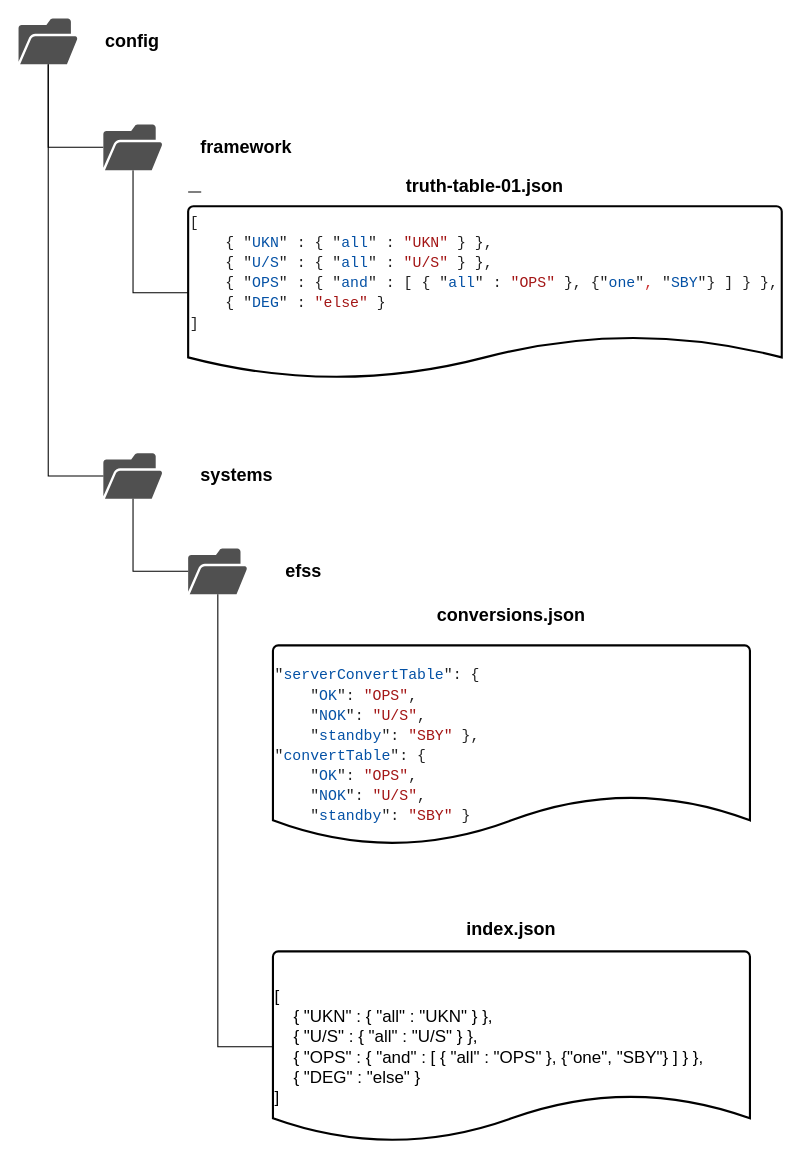
YannCaron/SkyguideDiagrams keeps this draw.io diagram as JsonFolder.drawio. Above is the earlier version. Source tidied: cells renumbered, new cells numbered last; positions are measured from the earlier drawing's top-left corner, leaving out a move shared by most shapes. Both pictures are drawn from the tidied source at 106%, with x=0, y=0 at pixel (18, 18).
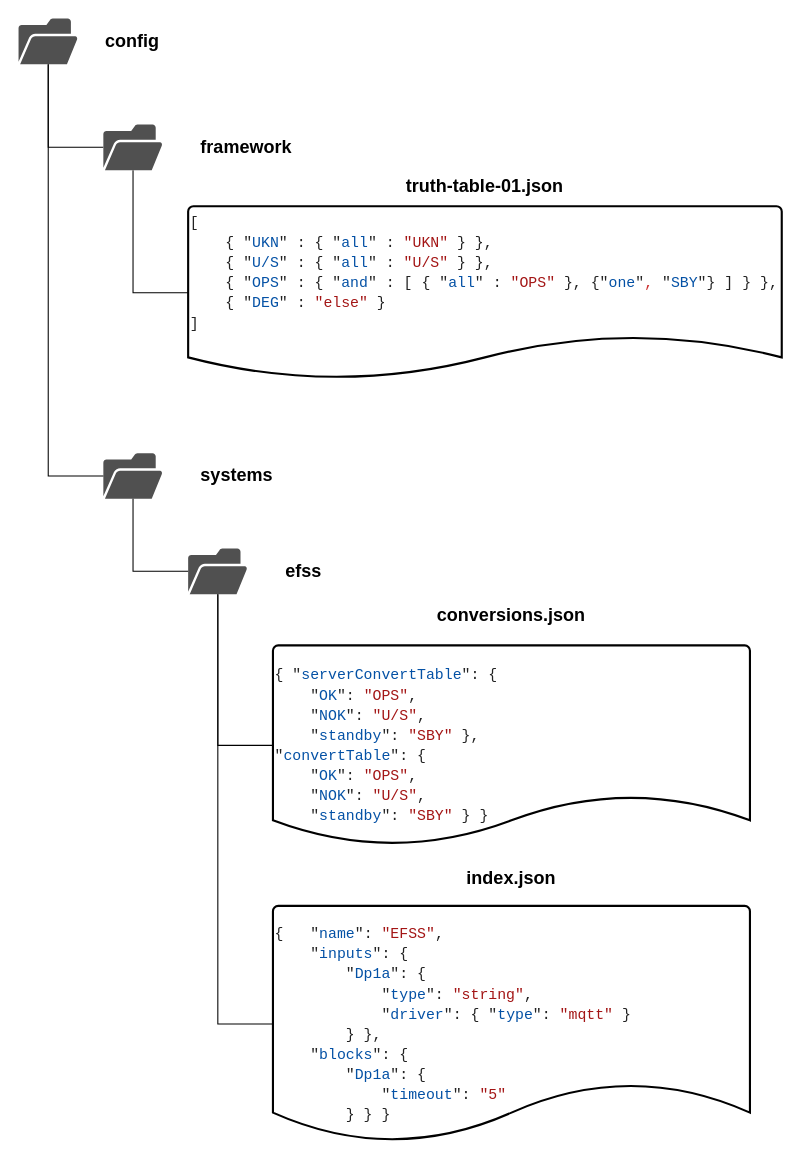
After the change.

Unchanged cells that the change refers to:
```xml
<mxCell id="10" style="group;" parent="1" vertex="1">
  <mxGeometry x="160" y="150" width="560" height="190" as="geometry" />
</mxCell>
<mxCell id="12" value="&lt;div align=&quot;center&quot;&gt;&lt;font style=&quot;font-size: 17px&quot;&gt;truth-table-01.json&lt;/font&gt;&lt;/div&gt;" style="text;html=1;strokeColor=none;fillColor=none;align=center;verticalAlign=middle;whiteSpace=wrap;rounded=0;fontStyle=1;" parent="10" vertex="1">
  <mxGeometry width="560" height="18.1" as="geometry" />
</mxCell>
<mxCell id="22" style="shadow=0;dashed=0;html=1;strokeColor=none;fillColor=#505050;labelPosition=center;verticalLabelPosition=bottom;verticalAlign=top;outlineConnect=0;align=center;shape=mxgraph.office.concepts.folder_open;" parent="21" vertex="1">
  <mxGeometry width="56" height="43" as="geometry" />
</mxCell>
<mxCell id="26" style="group;" parent="1" vertex="1">
  <mxGeometry x="240" y="550" width="450" height="290" as="geometry" />
</mxCell>
```

Change to the diagram source:
```diff
@@
-    <mxCell id="13" style="edgeStyle=orthogonalEdgeStyle;rounded=0;orthogonalLoop=1;jettySize=auto;html=1;exitX=0;exitY=0.75;exitDx=0;exitDy=0;entryX=0.022;entryY=0.75;entryDx=0;entryDy=0;entryPerimeter=0;endArrow=none;endFill=0;" parent="10" edge="1" source="12" target="12">
-      <mxGeometry relative="1" as="geometry" />
-    </mxCell>
@@
     <mxCell id="18" style="group;" parent="1" vertex="1">
-      <mxGeometry x="240" y="850" width="450" height="210" as="geometry" />
+      <mxGeometry x="240" y="800" width="450" height="260" as="geometry" />
     </mxCell>
-    <mxCell id="19" value="&lt;font style=&quot;font-size: 16px&quot;&gt;[&lt;br&gt;&amp;nbsp;&amp;nbsp; &amp;nbsp;{ &quot;UKN&quot; : { &quot;all&quot; : &quot;UKN&quot; } },&lt;br&gt;&amp;nbsp;&amp;nbsp; &amp;nbsp;{ &quot;U/S&quot; : { &quot;all&quot; : &quot;U/S&quot; } },&lt;br&gt;&amp;nbsp;&amp;nbsp; &amp;nbsp;{ &quot;OPS&quot; : { &quot;and&quot; : [ { &quot;all&quot; : &quot;OPS&quot; }, {&quot;one&quot;, &quot;SBY&quot;} ] } },&lt;br&gt;&amp;nbsp;&amp;nbsp; &amp;nbsp;{ &quot;DEG&quot; : &quot;else&quot; }&lt;br&gt;]&lt;/font&gt;" style="strokeWidth=2;html=1;shape=mxgraph.flowchart.document2;whiteSpace=wrap;size=0.25;align=left;" parent="18" vertex="1">
-      <mxGeometry y="30" width="450" height="180" as="geometry" />
+    <mxCell id="19" value="&lt;div style=&quot;color: rgb(0 , 0 , 0) ; font-family: &amp;#34;consolas&amp;#34; , &amp;#34;courier new&amp;#34; , monospace ; font-weight: normal ; font-size: 14px ; line-height: 19px&quot;&gt;&lt;div&gt;&lt;span style=&quot;background-color: transparent&quot;&gt;&lt;span style=&quot;color: #222222&quot;&gt;{&lt;/span&gt;&lt;span style=&quot;color: #000000&quot;&gt;&amp;nbsp;&amp;nbsp; &lt;/span&gt;&lt;span style=&quot;color: #222222&quot;&gt;&quot;&lt;/span&gt;&lt;span style=&quot;color: #0451a5&quot;&gt;name&lt;/span&gt;&lt;span style=&quot;color: #222222&quot;&gt;&quot;&lt;/span&gt;&lt;span style=&quot;color: #222222&quot;&gt;:&lt;/span&gt;&lt;span style=&quot;color: #000000&quot;&gt;&amp;nbsp;&lt;/span&gt;&lt;span style=&quot;color: #a31515&quot;&gt;&quot;EFSS&quot;&lt;/span&gt;&lt;span style=&quot;color: #222222&quot;&gt;,&lt;/span&gt;&lt;/span&gt;&lt;/div&gt;&lt;div&gt;&lt;span style=&quot;background-color: transparent&quot;&gt;&lt;span style=&quot;color: #000000&quot;&gt;&amp;nbsp;&amp;nbsp;&amp;nbsp;&amp;nbsp;&lt;/span&gt;&lt;span style=&quot;color: #222222&quot;&gt;&quot;&lt;/span&gt;&lt;span style=&quot;color: #0451a5&quot;&gt;inputs&lt;/span&gt;&lt;span style=&quot;color: #222222&quot;&gt;&quot;&lt;/span&gt;&lt;span style=&quot;color: #222222&quot;&gt;:&lt;/span&gt;&lt;span style=&quot;color: #000000&quot;&gt;&amp;nbsp;&lt;/span&gt;&lt;span style=&quot;color: #222222&quot;&gt;{&lt;/span&gt;&lt;/span&gt;&lt;/div&gt;&lt;div&gt;&lt;span style=&quot;background-color: transparent&quot;&gt;&lt;span style=&quot;color: #000000&quot;&gt;&amp;nbsp;&amp;nbsp;&amp;nbsp;&amp;nbsp;&amp;nbsp;&amp;nbsp;&amp;nbsp;&amp;nbsp;&lt;/span&gt;&lt;span style=&quot;color: #222222&quot;&gt;&quot;&lt;/span&gt;&lt;span style=&quot;color: #0451a5&quot;&gt;Dp1a&lt;/span&gt;&lt;span style=&quot;color: #222222&quot;&gt;&quot;&lt;/span&gt;&lt;span style=&quot;color: #222222&quot;&gt;:&lt;/span&gt;&lt;span style=&quot;color: #000000&quot;&gt;&amp;nbsp;&lt;/span&gt;&lt;span style=&quot;color: #222222&quot;&gt;{&lt;/span&gt;&lt;/span&gt;&lt;/div&gt;&lt;div&gt;&lt;span style=&quot;background-color: transparent&quot;&gt;&lt;span style=&quot;color: #000000&quot;&gt;&amp;nbsp;&amp;nbsp;&amp;nbsp;&amp;nbsp;&amp;nbsp;&amp;nbsp;&amp;nbsp;&amp;nbsp;&amp;nbsp;&amp;nbsp;&amp;nbsp;&amp;nbsp;&lt;/span&gt;&lt;span style=&quot;color: #222222&quot;&gt;&quot;&lt;/span&gt;&lt;span style=&quot;color: #0451a5&quot;&gt;type&lt;/span&gt;&lt;span style=&quot;color: #222222&quot;&gt;&quot;&lt;/span&gt;&lt;span style=&quot;color: #222222&quot;&gt;:&lt;/span&gt;&lt;span style=&quot;color: #000000&quot;&gt;&amp;nbsp;&lt;/span&gt;&lt;span style=&quot;color: #a31515&quot;&gt;&quot;string&quot;&lt;/span&gt;&lt;span style=&quot;color: #222222&quot;&gt;,&lt;/span&gt;&lt;/span&gt;&lt;/div&gt;&lt;div&gt;&lt;span style=&quot;background-color: transparent&quot;&gt;&lt;span style=&quot;color: #000000&quot;&gt;&amp;nbsp;&amp;nbsp;&amp;nbsp;&amp;nbsp;&amp;nbsp;&amp;nbsp;&amp;nbsp;&amp;nbsp;&amp;nbsp;&amp;nbsp;&amp;nbsp;&amp;nbsp;&lt;/span&gt;&lt;span style=&quot;color: #222222&quot;&gt;&quot;&lt;/span&gt;&lt;span style=&quot;color: #0451a5&quot;&gt;driver&lt;/span&gt;&lt;span style=&quot;color: #222222&quot;&gt;&quot;&lt;/span&gt;&lt;span style=&quot;color: #222222&quot;&gt;:&lt;/span&gt;&lt;span style=&quot;color: #000000&quot;&gt;&amp;nbsp;&lt;/span&gt;&lt;span style=&quot;color: #222222&quot;&gt;{&lt;/span&gt;&lt;span style=&quot;color: #000000&quot;&gt;&amp;nbsp;&lt;/span&gt;&lt;span style=&quot;color: #222222&quot;&gt;&quot;&lt;/span&gt;&lt;span style=&quot;color: #0451a5&quot;&gt;type&lt;/span&gt;&lt;span style=&quot;color: #222222&quot;&gt;&quot;&lt;/span&gt;&lt;span style=&quot;color: #222222&quot;&gt;:&lt;/span&gt;&lt;span style=&quot;color: #000000&quot;&gt;&amp;nbsp;&lt;/span&gt;&lt;span style=&quot;color: #a31515&quot;&gt;&quot;mqtt&quot;&lt;/span&gt;&lt;span style=&quot;color: #000000&quot;&gt;&amp;nbsp;&lt;/span&gt;&lt;span style=&quot;color: #222222&quot;&gt;}&lt;/span&gt;&lt;/span&gt;&lt;/div&gt;&lt;div&gt;&lt;span style=&quot;background-color: transparent&quot;&gt;&lt;span style=&quot;color: #000000&quot;&gt;&amp;nbsp;&amp;nbsp;&amp;nbsp;&amp;nbsp;&amp;nbsp;&amp;nbsp;&amp;nbsp;&amp;nbsp;&lt;/span&gt;&lt;span style=&quot;color: #222222&quot;&gt;}&lt;/span&gt; &lt;span style=&quot;color: #222222&quot;&gt;},&lt;/span&gt;&lt;/span&gt;&lt;/div&gt;&lt;div&gt;&lt;span style=&quot;background-color: transparent&quot;&gt;&lt;span style=&quot;color: #000000&quot;&gt;&amp;nbsp;&amp;nbsp;&amp;nbsp;&amp;nbsp;&lt;/span&gt;&lt;span style=&quot;color: #222222&quot;&gt;&quot;&lt;/span&gt;&lt;span style=&quot;color: #0451a5&quot;&gt;blocks&lt;/span&gt;&lt;span style=&quot;color: #222222&quot;&gt;&quot;&lt;/span&gt;&lt;span style=&quot;color: #222222&quot;&gt;:&lt;/span&gt;&lt;span style=&quot;color: #000000&quot;&gt;&amp;nbsp;&lt;/span&gt;&lt;span style=&quot;color: #222222&quot;&gt;{&lt;/span&gt;&lt;/span&gt;&lt;/div&gt;&lt;div&gt;&lt;span style=&quot;background-color: transparent&quot;&gt;&lt;span style=&quot;color: #000000&quot;&gt;&amp;nbsp;&amp;nbsp;&amp;nbsp;&amp;nbsp;&amp;nbsp;&amp;nbsp;&amp;nbsp;&amp;nbsp;&lt;/span&gt;&lt;span style=&quot;color: #222222&quot;&gt;&quot;&lt;/span&gt;&lt;span style=&quot;color: #0451a5&quot;&gt;Dp1a&lt;/span&gt;&lt;span style=&quot;color: #222222&quot;&gt;&quot;&lt;/span&gt;&lt;span style=&quot;color: #222222&quot;&gt;:&lt;/span&gt;&lt;span style=&quot;color: #000000&quot;&gt;&amp;nbsp;&lt;/span&gt;&lt;span style=&quot;color: #222222&quot;&gt;{&lt;/span&gt;&lt;/span&gt;&lt;/div&gt;&lt;div&gt;&lt;span style=&quot;background-color: transparent&quot;&gt;&lt;span style=&quot;color: #000000&quot;&gt;&amp;nbsp;&amp;nbsp;&amp;nbsp;&amp;nbsp;&amp;nbsp;&amp;nbsp;&amp;nbsp;&amp;nbsp;&amp;nbsp;&amp;nbsp;&amp;nbsp;&amp;nbsp;&lt;/span&gt;&lt;span style=&quot;color: #222222&quot;&gt;&quot;&lt;/span&gt;&lt;span style=&quot;color: #0451a5&quot;&gt;timeout&lt;/span&gt;&lt;span style=&quot;color: #222222&quot;&gt;&quot;&lt;/span&gt;&lt;span style=&quot;color: #222222&quot;&gt;:&lt;/span&gt;&lt;span style=&quot;color: #000000&quot;&gt;&amp;nbsp;&lt;/span&gt;&lt;span style=&quot;color: #a31515&quot;&gt;&quot;5&quot;&lt;/span&gt;&lt;/span&gt;&lt;/div&gt;&lt;div&gt;&lt;span style=&quot;background-color: transparent&quot;&gt;&lt;span style=&quot;color: #000000&quot;&gt;&amp;nbsp;&amp;nbsp;&amp;nbsp;&amp;nbsp;&amp;nbsp;&amp;nbsp;&amp;nbsp;&amp;nbsp;&lt;/span&gt;&lt;span style=&quot;color: #222222&quot;&gt;}&lt;/span&gt;&lt;span style=&quot;color: #000000&quot;&gt; &lt;/span&gt;&lt;span style=&quot;color: #222222&quot;&gt;} }&lt;/span&gt;&lt;/span&gt;&lt;/div&gt;&lt;/div&gt;" style="strokeWidth=2;html=1;shape=mxgraph.flowchart.document2;whiteSpace=wrap;size=0.25;align=left;" parent="18" vertex="1">
+      <mxGeometry y="37.1" width="450" height="222.9" as="geometry" />
     </mxCell>
     <mxCell id="20" value="&lt;font style=&quot;font-size: 17px&quot;&gt;index.json&lt;/font&gt;" style="text;html=1;strokeColor=none;fillColor=none;align=center;verticalAlign=middle;whiteSpace=wrap;rounded=0;fontStyle=1;" parent="18" vertex="1">
-      <mxGeometry width="450" height="20" as="geometry" />
+      <mxGeometry width="450" height="24.8" as="geometry" />
     </mxCell>
@@
-    <mxCell id="27" value="&lt;div style=&quot;color: rgb(0 , 0 , 0) ; font-family: &amp;#34;consolas&amp;#34; , &amp;#34;courier new&amp;#34; , monospace ; font-weight: normal ; font-size: 14px ; line-height: 19px&quot;&gt;&lt;div&gt;&lt;span style=&quot;background-color: transparent&quot;&gt;&lt;span style=&quot;color: #222222&quot;&gt;&quot;&lt;/span&gt;&lt;span style=&quot;color: #0451a5&quot;&gt;serverConvertTable&lt;/span&gt;&lt;span style=&quot;color: #222222&quot;&gt;&quot;&lt;/span&gt;&lt;span style=&quot;color: #222222&quot;&gt;:&lt;/span&gt;&lt;span style=&quot;color: #000000&quot;&gt;&amp;nbsp;&lt;/span&gt;&lt;span style=&quot;color: #222222&quot;&gt;{&lt;/span&gt;&lt;/span&gt;&lt;/div&gt;&lt;div&gt;&lt;span style=&quot;background-color: transparent&quot;&gt;&lt;span style=&quot;color: #000000&quot;&gt;&amp;nbsp;&amp;nbsp;&amp;nbsp;&amp;nbsp;&lt;/span&gt;&lt;span style=&quot;color: #222222&quot;&gt;&quot;&lt;/span&gt;&lt;span style=&quot;color: #0451a5&quot;&gt;OK&lt;/span&gt;&lt;span style=&quot;color: #222222&quot;&gt;&quot;&lt;/span&gt;&lt;span style=&quot;color: #222222&quot;&gt;:&lt;/span&gt;&lt;span style=&quot;color: #000000&quot;&gt;&amp;nbsp;&lt;/span&gt;&lt;span style=&quot;color: #a31515&quot;&gt;&quot;OPS&quot;&lt;/span&gt;&lt;span style=&quot;color: #222222&quot;&gt;,&lt;/span&gt;&lt;/span&gt;&lt;/div&gt;&lt;div&gt;&lt;span style=&quot;background-color: transparent&quot;&gt;&lt;span style=&quot;color: #000000&quot;&gt;&amp;nbsp;&amp;nbsp;&amp;nbsp;&amp;nbsp;&lt;/span&gt;&lt;span style=&quot;color: #222222&quot;&gt;&quot;&lt;/span&gt;&lt;span style=&quot;color: #0451a5&quot;&gt;NOK&lt;/span&gt;&lt;span style=&quot;color: #222222&quot;&gt;&quot;&lt;/span&gt;&lt;span style=&quot;color: #222222&quot;&gt;:&lt;/span&gt;&lt;span style=&quot;color: #000000&quot;&gt;&amp;nbsp;&lt;/span&gt;&lt;span style=&quot;color: #a31515&quot;&gt;&quot;U/S&quot;&lt;/span&gt;&lt;span style=&quot;color: #222222&quot;&gt;,&lt;/span&gt;&lt;/span&gt;&lt;/div&gt;&lt;div&gt;&lt;span style=&quot;background-color: transparent&quot;&gt;&lt;span style=&quot;color: #000000&quot;&gt;&amp;nbsp;&amp;nbsp;&amp;nbsp;&amp;nbsp;&lt;/span&gt;&lt;span style=&quot;color: #222222&quot;&gt;&quot;&lt;/span&gt;&lt;span style=&quot;color: #0451a5&quot;&gt;standby&lt;/span&gt;&lt;span style=&quot;color: #222222&quot;&gt;&quot;&lt;/span&gt;&lt;span style=&quot;color: #222222&quot;&gt;:&lt;/span&gt;&lt;span style=&quot;color: #000000&quot;&gt;&amp;nbsp;&lt;/span&gt;&lt;span style=&quot;color: #a31515&quot;&gt;&quot;SBY&quot;&lt;/span&gt;&lt;span style=&quot;color: #222222&quot;&gt; },&lt;/span&gt;&lt;/span&gt;&lt;/div&gt;&lt;div&gt;&lt;span style=&quot;background-color: transparent&quot;&gt;&lt;span style=&quot;color: #222222&quot;&gt;&quot;&lt;/span&gt;&lt;span style=&quot;color: #0451a5&quot;&gt;convertTable&lt;/span&gt;&lt;span style=&quot;color: #222222&quot;&gt;&quot;&lt;/span&gt;&lt;span style=&quot;color: #222222&quot;&gt;:&lt;/span&gt;&lt;span style=&quot;color: #000000&quot;&gt;&amp;nbsp;&lt;/span&gt;&lt;span style=&quot;color: #222222&quot;&gt;{&lt;/span&gt;&lt;/span&gt;&lt;/div&gt;&lt;div&gt;&lt;span style=&quot;background-color: transparent&quot;&gt;&lt;span style=&quot;color: #000000&quot;&gt;&amp;nbsp;&amp;nbsp;&amp;nbsp;&amp;nbsp;&lt;/span&gt;&lt;span style=&quot;color: #222222&quot;&gt;&quot;&lt;/span&gt;&lt;span style=&quot;color: #0451a5&quot;&gt;OK&lt;/span&gt;&lt;span style=&quot;color: #222222&quot;&gt;&quot;&lt;/span&gt;&lt;span style=&quot;color: #222222&quot;&gt;:&lt;/span&gt;&lt;span style=&quot;color: #000000&quot;&gt;&amp;nbsp;&lt;/span&gt;&lt;span style=&quot;color: #a31515&quot;&gt;&quot;OPS&quot;&lt;/span&gt;&lt;span style=&quot;color: #222222&quot;&gt;,&lt;/span&gt;&lt;/span&gt;&lt;/div&gt;&lt;div&gt;&lt;span style=&quot;background-color: transparent&quot;&gt;&lt;span style=&quot;color: #000000&quot;&gt;&amp;nbsp;&amp;nbsp;&amp;nbsp;&amp;nbsp;&lt;/span&gt;&lt;span style=&quot;color: #222222&quot;&gt;&quot;&lt;/span&gt;&lt;span style=&quot;color: #0451a5&quot;&gt;NOK&lt;/span&gt;&lt;span style=&quot;color: #222222&quot;&gt;&quot;&lt;/span&gt;&lt;span style=&quot;color: #222222&quot;&gt;:&lt;/span&gt;&lt;span style=&quot;color: #000000&quot;&gt;&amp;nbsp;&lt;/span&gt;&lt;span style=&quot;color: #a31515&quot;&gt;&quot;U/S&quot;&lt;/span&gt;&lt;span style=&quot;color: #222222&quot;&gt;,&lt;/span&gt;&lt;/span&gt;&lt;/div&gt;&lt;div&gt;&lt;span style=&quot;background-color: transparent&quot;&gt;&lt;span style=&quot;color: #000000&quot;&gt;&amp;nbsp;&amp;nbsp;&amp;nbsp;&amp;nbsp;&lt;/span&gt;&lt;span style=&quot;color: #222222&quot;&gt;&quot;&lt;/span&gt;&lt;span style=&quot;color: #0451a5&quot;&gt;standby&lt;/span&gt;&lt;span style=&quot;color: #222222&quot;&gt;&quot;&lt;/span&gt;&lt;span style=&quot;color: #222222&quot;&gt;:&lt;/span&gt;&lt;span style=&quot;color: #000000&quot;&gt;&amp;nbsp;&lt;/span&gt;&lt;span style=&quot;color: #a31515&quot;&gt;&quot;SBY&quot;&lt;/span&gt;&lt;span style=&quot;color: #222222&quot;&gt; }&lt;/span&gt;&lt;/span&gt;&lt;/div&gt;&lt;/div&gt;" style="strokeWidth=2;html=1;shape=mxgraph.flowchart.document2;whiteSpace=wrap;size=0.25;align=left;" parent="26" vertex="1">
+    <mxCell id="27" value="&lt;div style=&quot;color: rgb(0 , 0 , 0) ; font-family: &amp;#34;consolas&amp;#34; , &amp;#34;courier new&amp;#34; , monospace ; font-weight: normal ; font-size: 14px ; line-height: 19px&quot;&gt;&lt;div&gt;&lt;span style=&quot;background-color: transparent&quot;&gt;&lt;span style=&quot;color: #222222&quot;&gt;{ &quot;&lt;/span&gt;&lt;span style=&quot;color: #0451a5&quot;&gt;serverConvertTable&lt;/span&gt;&lt;span style=&quot;color: #222222&quot;&gt;&quot;&lt;/span&gt;&lt;span style=&quot;color: #222222&quot;&gt;:&lt;/span&gt;&lt;span style=&quot;color: #000000&quot;&gt;&amp;nbsp;&lt;/span&gt;&lt;span style=&quot;color: #222222&quot;&gt;{&lt;/span&gt;&lt;/span&gt;&lt;/div&gt;&lt;div&gt;&lt;span style=&quot;background-color: transparent&quot;&gt;&lt;span style=&quot;color: #000000&quot;&gt;&amp;nbsp;&amp;nbsp;&amp;nbsp;&amp;nbsp;&lt;/span&gt;&lt;span style=&quot;color: #222222&quot;&gt;&quot;&lt;/span&gt;&lt;span style=&quot;color: #0451a5&quot;&gt;OK&lt;/span&gt;&lt;span style=&quot;color: #222222&quot;&gt;&quot;&lt;/span&gt;&lt;span style=&quot;color: #222222&quot;&gt;:&lt;/span&gt;&lt;span style=&quot;color: #000000&quot;&gt;&amp;nbsp;&lt;/span&gt;&lt;span style=&quot;color: #a31515&quot;&gt;&quot;OPS&quot;&lt;/span&gt;&lt;span style=&quot;color: #222222&quot;&gt;,&lt;/span&gt;&lt;/span&gt;&lt;/div&gt;&lt;div&gt;&lt;span style=&quot;background-color: transparent&quot;&gt;&lt;span style=&quot;color: #000000&quot;&gt;&amp;nbsp;&amp;nbsp;&amp;nbsp;&amp;nbsp;&lt;/span&gt;&lt;span style=&quot;color: #222222&quot;&gt;&quot;&lt;/span&gt;&lt;span style=&quot;color: #0451a5&quot;&gt;NOK&lt;/span&gt;&lt;span style=&quot;color: #222222&quot;&gt;&quot;&lt;/span&gt;&lt;span style=&quot;color: #222222&quot;&gt;:&lt;/span&gt;&lt;span style=&quot;color: #000000&quot;&gt;&amp;nbsp;&lt;/span&gt;&lt;span style=&quot;color: #a31515&quot;&gt;&quot;U/S&quot;&lt;/span&gt;&lt;span style=&quot;color: #222222&quot;&gt;,&lt;/span&gt;&lt;/span&gt;&lt;/div&gt;&lt;div&gt;&lt;span style=&quot;background-color: transparent&quot;&gt;&lt;span style=&quot;color: #000000&quot;&gt;&amp;nbsp;&amp;nbsp;&amp;nbsp;&amp;nbsp;&lt;/span&gt;&lt;span style=&quot;color: #222222&quot;&gt;&quot;&lt;/span&gt;&lt;span style=&quot;color: #0451a5&quot;&gt;standby&lt;/span&gt;&lt;span style=&quot;color: #222222&quot;&gt;&quot;&lt;/span&gt;&lt;span style=&quot;color: #222222&quot;&gt;:&lt;/span&gt;&lt;span style=&quot;color: #000000&quot;&gt;&amp;nbsp;&lt;/span&gt;&lt;span style=&quot;color: #a31515&quot;&gt;&quot;SBY&quot;&lt;/span&gt;&lt;span style=&quot;color: #222222&quot;&gt; },&lt;/span&gt;&lt;/span&gt;&lt;/div&gt;&lt;div&gt;&lt;span style=&quot;background-color: transparent&quot;&gt;&lt;span style=&quot;color: #222222&quot;&gt;&quot;&lt;/span&gt;&lt;span style=&quot;color: #0451a5&quot;&gt;convertTable&lt;/span&gt;&lt;span style=&quot;color: #222222&quot;&gt;&quot;&lt;/span&gt;&lt;span style=&quot;color: #222222&quot;&gt;:&lt;/span&gt;&lt;span style=&quot;color: #000000&quot;&gt;&amp;nbsp;&lt;/span&gt;&lt;span style=&quot;color: #222222&quot;&gt;{&lt;/span&gt;&lt;/span&gt;&lt;/div&gt;&lt;div&gt;&lt;span style=&quot;background-color: transparent&quot;&gt;&lt;span style=&quot;color: #000000&quot;&gt;&amp;nbsp;&amp;nbsp;&amp;nbsp;&amp;nbsp;&lt;/span&gt;&lt;span style=&quot;color: #222222&quot;&gt;&quot;&lt;/span&gt;&lt;span style=&quot;color: #0451a5&quot;&gt;OK&lt;/span&gt;&lt;span style=&quot;color: #222222&quot;&gt;&quot;&lt;/span&gt;&lt;span style=&quot;color: #222222&quot;&gt;:&lt;/span&gt;&lt;span style=&quot;color: #000000&quot;&gt;&amp;nbsp;&lt;/span&gt;&lt;span style=&quot;color: #a31515&quot;&gt;&quot;OPS&quot;&lt;/span&gt;&lt;span style=&quot;color: #222222&quot;&gt;,&lt;/span&gt;&lt;/span&gt;&lt;/div&gt;&lt;div&gt;&lt;span style=&quot;background-color: transparent&quot;&gt;&lt;span style=&quot;color: #000000&quot;&gt;&amp;nbsp;&amp;nbsp;&amp;nbsp;&amp;nbsp;&lt;/span&gt;&lt;span style=&quot;color: #222222&quot;&gt;&quot;&lt;/span&gt;&lt;span style=&quot;color: #0451a5&quot;&gt;NOK&lt;/span&gt;&lt;span style=&quot;color: #222222&quot;&gt;&quot;&lt;/span&gt;&lt;span style=&quot;color: #222222&quot;&gt;:&lt;/span&gt;&lt;span style=&quot;color: #000000&quot;&gt;&amp;nbsp;&lt;/span&gt;&lt;span style=&quot;color: #a31515&quot;&gt;&quot;U/S&quot;&lt;/span&gt;&lt;span style=&quot;color: #222222&quot;&gt;,&lt;/span&gt;&lt;/span&gt;&lt;/div&gt;&lt;div&gt;&lt;span style=&quot;background-color: transparent&quot;&gt;&lt;span style=&quot;color: #000000&quot;&gt;&amp;nbsp;&amp;nbsp;&amp;nbsp;&amp;nbsp;&lt;/span&gt;&lt;span style=&quot;color: #222222&quot;&gt;&quot;&lt;/span&gt;&lt;span style=&quot;color: #0451a5&quot;&gt;standby&lt;/span&gt;&lt;span style=&quot;color: #222222&quot;&gt;&quot;&lt;/span&gt;&lt;span style=&quot;color: #222222&quot;&gt;:&lt;/span&gt;&lt;span style=&quot;color: #000000&quot;&gt;&amp;nbsp;&lt;/span&gt;&lt;span style=&quot;color: #a31515&quot;&gt;&quot;SBY&quot;&lt;/span&gt;&lt;span style=&quot;color: #222222&quot;&gt; } }&lt;br&gt;&lt;/span&gt;&lt;/span&gt;&lt;/div&gt;&lt;/div&gt;" style="strokeWidth=2;html=1;shape=mxgraph.flowchart.document2;whiteSpace=wrap;size=0.25;align=left;" parent="26" vertex="1">
       <mxGeometry y="41.4" width="450" height="188.6" as="geometry" />
     </mxCell>
@@
+    <mxCell id="29" style="edgeStyle=orthogonalEdgeStyle;rounded=0;jettySize=auto;html=1;endArrow=none;endFill=0;" parent="1" edge="1" source="27" target="22">
+      <mxGeometry relative="1" as="geometry" />
+    </mxCell>
```
